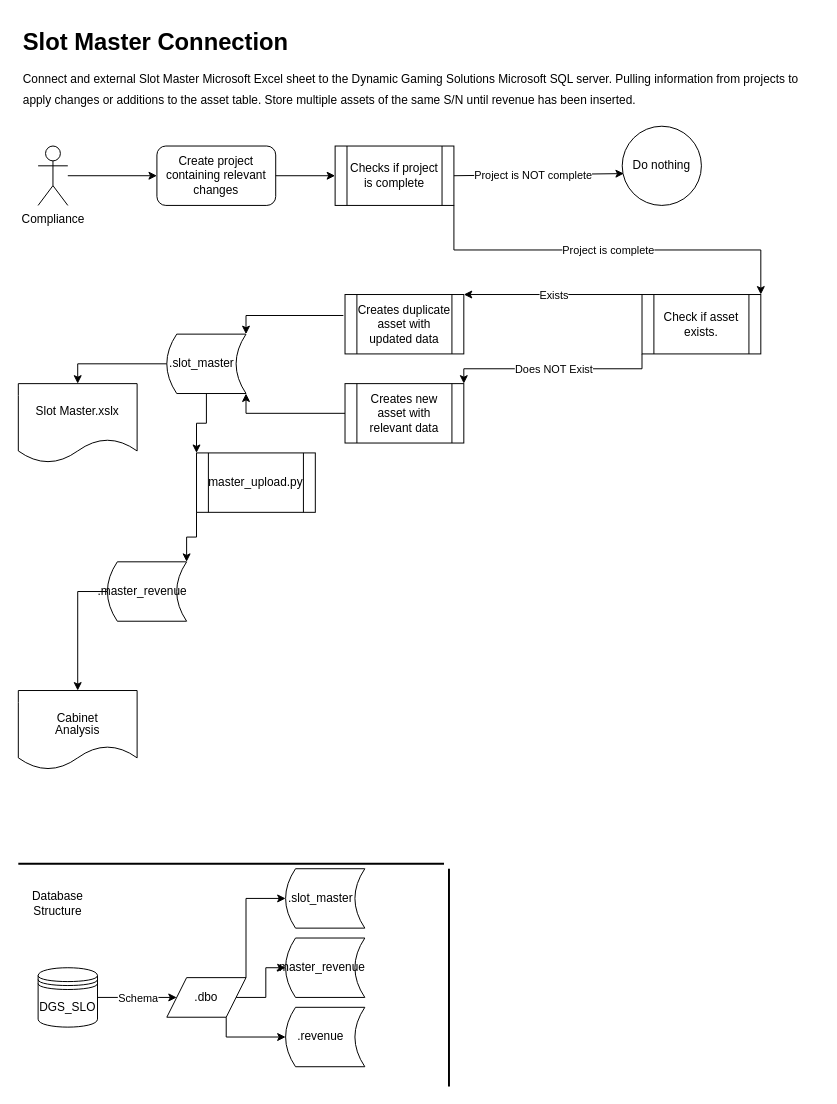
pcollins425/learning keeps this draw.io diagram as Slot_Master.drawio. Above is the earlier version. Source tidied: cells renumbered, new cells numbered last; positions are measured from the earlier drawing's top-left corner, leaving out a move shared by most shapes. Both pictures are drawn from the tidied source at 99%, with x=0, y=0 at pixel (18, 27).
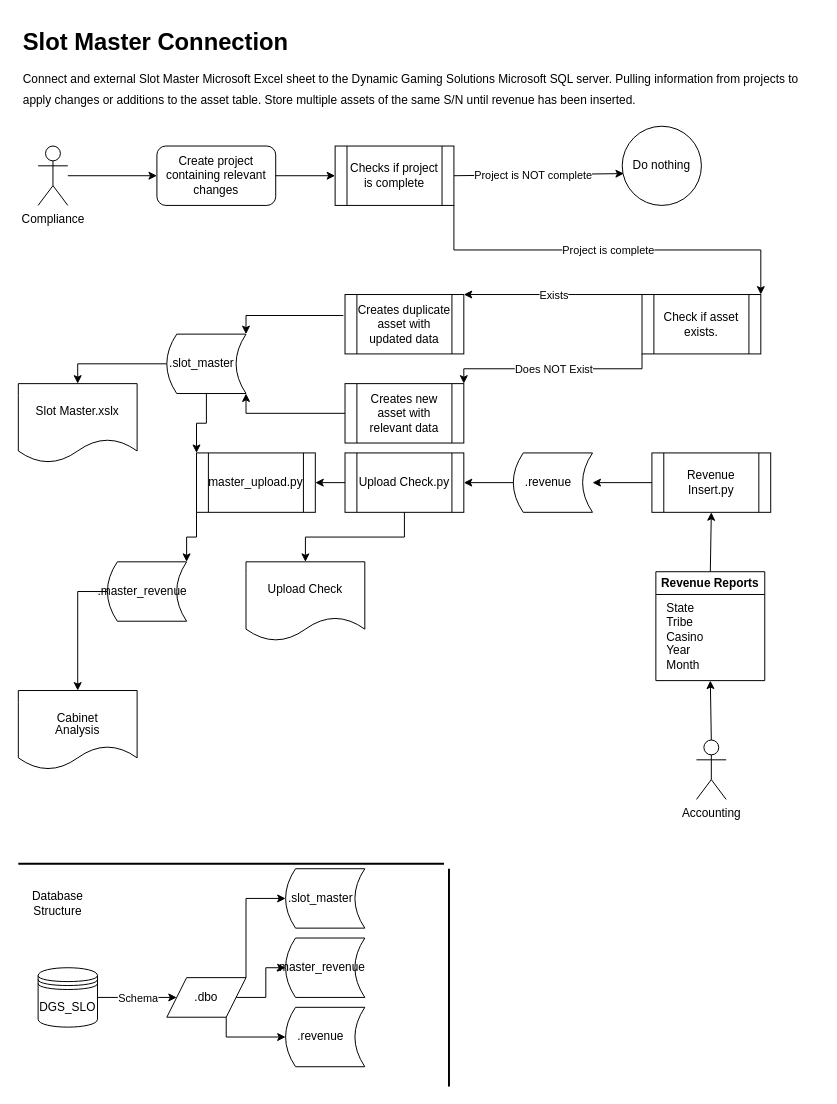
The same page after the edit.

The change refers to these unchanged cells:
```xml
<mxCell id="41" value="master_upload.py" style="shape=process;whiteSpace=wrap;html=1;backgroundOutline=1;" parent="1" vertex="1">
  <mxGeometry x="180" y="430" width="120" height="60" as="geometry" />
</mxCell>
```

The edit, as a diff of the source:
```diff
@@
+    <mxCell id="44" value=".revenue" style="shape=dataStorage;whiteSpace=wrap;html=1;fixedSize=1;size=10;spacingRight=9;" parent="1" vertex="1">
+      <mxGeometry x="500" y="430" width="80" height="60" as="geometry" />
+    </mxCell>
+    <mxCell id="45" value="Upload Check.py" style="shape=process;whiteSpace=wrap;html=1;backgroundOutline=1;" parent="1" vertex="1">
+      <mxGeometry x="330" y="430" width="120" height="60" as="geometry" />
+    </mxCell>
+    <mxCell id="46" style="endArrow=classic;html=1;strokeWidth=1;exitX=0;exitY=0.5;exitDx=0;exitDy=0;entryX=1;entryY=0.5;entryDx=0;entryDy=0;" parent="1" edge="1" source="45" target="41">
+      <mxGeometry relative="1" as="geometry" />
+    </mxCell>
+    <mxCell id="47" value="Upload Check" style="shape=document;whiteSpace=wrap;html=1;boundedLbl=1;" parent="1" vertex="1">
+      <mxGeometry x="230" y="540" width="120" height="80" as="geometry" />
+    </mxCell>
+    <mxCell id="48" style="endArrow=classic;html=1;strokeWidth=1;exitX=0.5;exitY=1;exitDx=0;exitDy=0;entryX=0.5;entryY=0;entryDx=0;entryDy=0;edgeStyle=orthogonalEdgeStyle;arcSize=0;" parent="1" edge="1" source="45" target="47">
+      <mxGeometry relative="1" as="geometry" />
+    </mxCell>
+    <mxCell id="49" style="endArrow=classic;html=1;strokeWidth=1;exitX=0;exitY=0.5;exitDx=0;exitDy=0;entryX=1;entryY=0.5;entryDx=0;entryDy=0;" parent="1" edge="1" source="44" target="45">
+      <mxGeometry relative="1" as="geometry" />
+    </mxCell>
+    <mxCell id="50" value="Revenue Insert.py" style="shape=process;whiteSpace=wrap;html=1;backgroundOutline=1;" parent="1" vertex="1">
+      <mxGeometry x="640" y="430" width="120" height="60" as="geometry" />
+    </mxCell>
+    <mxCell id="51" style="endArrow=classic;html=1;strokeWidth=1;exitX=0;exitY=0.5;exitDx=0;exitDy=0;entryX=1;entryY=0.5;entryDx=0;entryDy=0;" parent="1" edge="1" source="50" target="44">
+      <mxGeometry relative="1" as="geometry" />
+    </mxCell>
+    <mxCell id="52" value="Revenue Reports" style="swimlane;whiteSpace=wrap;html=1;" parent="1" vertex="1">
+      <mxGeometry x="644" y="550" width="110" height="110" as="geometry" />
+    </mxCell>
+    <mxCell id="53" value="State&lt;br&gt;Tribe&lt;br&gt;Casino&lt;br&gt;Year&lt;br&gt;Month" style="text;strokeColor=none;fillColor=none;align=left;verticalAlign=middle;spacingLeft=4;spacingRight=4;overflow=hidden;whiteSpace=wrap;html=1;" parent="52" vertex="1">
+      <mxGeometry x="5" y="27" width="80" height="73" as="geometry" />
+    </mxCell>
+    <mxCell id="54" style="endArrow=classic;html=1;strokeWidth=1;entryX=0.5;entryY=1;entryDx=0;entryDy=0;exitX=0.5;exitY=0;exitDx=0;exitDy=0;" parent="1" edge="1" source="52" target="50">
+      <mxGeometry relative="1" as="geometry" />
+    </mxCell>
+    <mxCell id="55" value="Accounting" style="shape=umlActor;verticalLabelPosition=bottom;verticalAlign=top;html=1;outlineConnect=0;" parent="1" vertex="1">
+      <mxGeometry x="685" y="720" width="30" height="60" as="geometry" />
+    </mxCell>
+    <mxCell id="56" style="endArrow=classic;html=1;strokeWidth=1;entryX=0.5;entryY=1;entryDx=0;entryDy=0;exitX=0.5;exitY=0;exitDx=0;exitDy=0;exitPerimeter=0;" parent="1" edge="1" source="55" target="52">
+      <mxGeometry relative="1" as="geometry" />
+    </mxCell>
```
